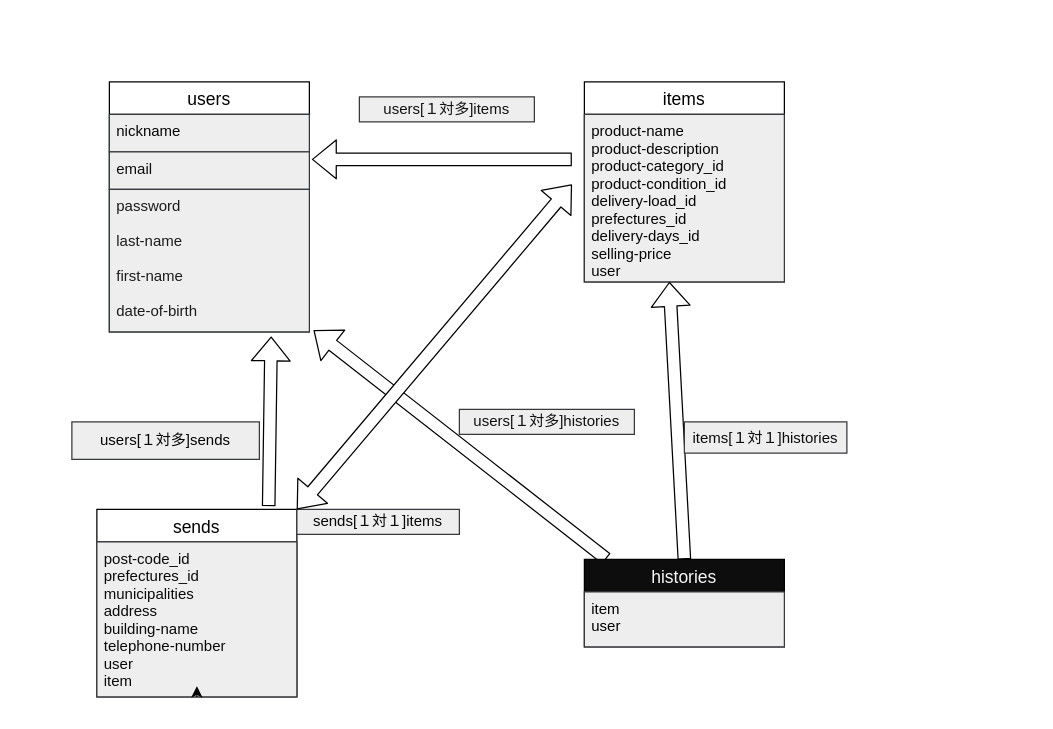
Before: teburu.dio in syun-2466/furima-34993, a draw.io diagram. Source tidied: cells renumbered, new cells numbered last; positions are measured from the earlier drawing's top-left corner, leaving out a move shared by most shapes. Both pictures are drawn from the tidied source at 125%, with x=0, y=0 at pixel (71, 81).
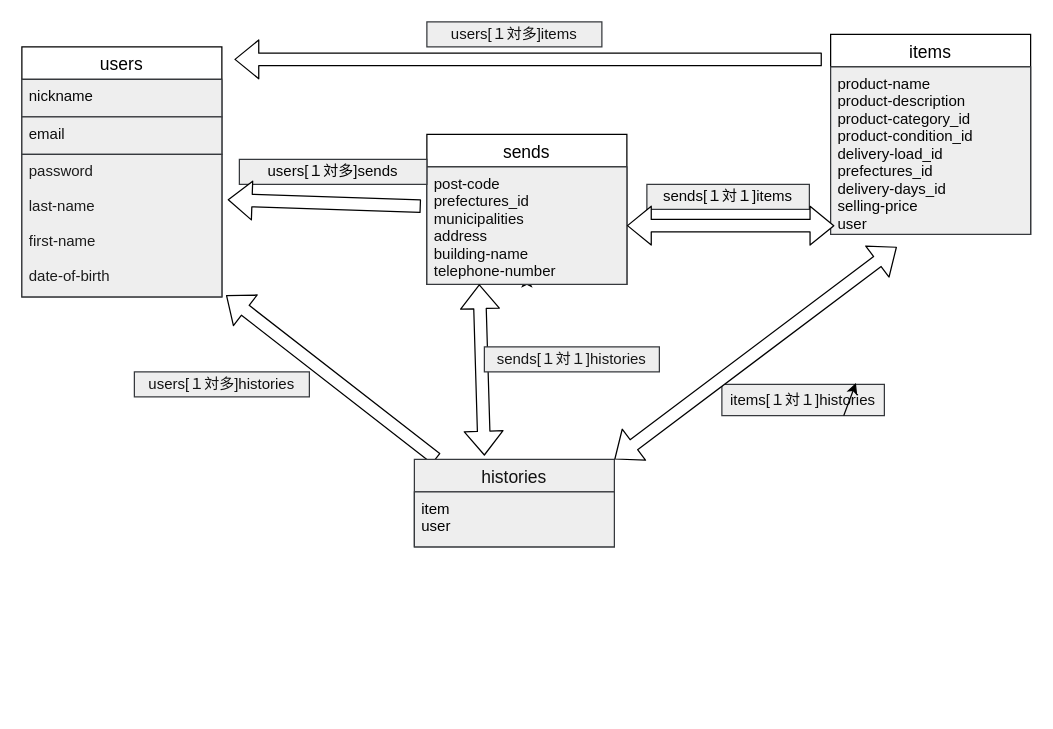
Above is the later version.

The change refers to these unchanged cells:
```xml
<mxCell id="6" value="product-name&#10;product-description&#10;product-category_id&#10;product-condition_id&#10;delivery-load_id&#10;prefectures_id&#10;delivery-days_id&#10;selling-price&#10;user" style="text;strokeColor=#36393d;spacingLeft=4;spacingRight=4;overflow=hidden;points=[[0,0.5],[1,0.5]];portConstraint=eastwest;fontSize=12;fillColor=#eeeeee;fontColor=#050505;" parent="5" vertex="1">
  <mxGeometry y="26" width="160" height="134" as="geometry" />
</mxCell>
<mxCell id="10" value="password &#10;&#10;last-name&#10;&#10;first-name&#10;&#10;date-of-birth&#10;" style="text;strokeColor=#36393d;spacingLeft=4;spacingRight=4;overflow=hidden;points=[[0,0.5],[1,0.5]];portConstraint=eastwest;fontSize=12;fillColor=#eeeeee;fontColor=#1C1C1C;" parent="7" vertex="1">
  <mxGeometry y="86" width="160" height="114" as="geometry" />
</mxCell>
```

What changed in the source:
```diff
@@
     <mxCell id="2" value="sends" style="swimlane;fontStyle=0;horizontal=1;startSize=26;align=center;fontSize=14;" parent="1" vertex="1">
-      <mxGeometry x="20" y="342" width="160" height="150" as="geometry" />
+      <mxGeometry x="284" y="42" width="160" height="120" as="geometry" />
     </mxCell>
+    <mxCell id="4" style="edgeStyle=none;html=1;exitX=0.5;exitY=1;exitDx=0;exitDy=0;entryX=0.5;entryY=0.931;entryDx=0;entryDy=0;entryPerimeter=0;fontColor=#0A0A0A;fillColor=#ffffff;" parent="2" edge="1" source="2" target="3">
+      <mxGeometry relative="1" as="geometry" />
+    </mxCell>
-    <mxCell id="3" value="post-code_id&#10;prefectures_id&#10;municipalities&#10;address&#10;building-name&#10;telephone-number&#10;user&#10;item" style="text;strokeColor=#36393d;spacingLeft=4;spacingRight=4;overflow=hidden;points=[[0,0.5],[1,0.5]];portConstraint=eastwest;fontSize=12;fillColor=#eeeeee;fontColor=#0A0A0A;" parent="2" vertex="1">
-      <mxGeometry y="26" width="160" height="124" as="geometry" />
+    <mxCell id="3" value="post-code&#10;prefectures_id&#10;municipalities&#10;address&#10;building-name&#10;telephone-number" style="text;strokeColor=#36393d;spacingLeft=4;spacingRight=4;overflow=hidden;points=[[0,0.5],[1,0.5]];portConstraint=eastwest;fontSize=12;fillColor=#eeeeee;fontColor=#0A0A0A;" parent="2" vertex="1">
+      <mxGeometry y="26" width="160" height="94" as="geometry" />
     </mxCell>
-    <mxCell id="4" style="edgeStyle=none;html=1;exitX=0.5;exitY=1;exitDx=0;exitDy=0;entryX=0.5;entryY=0.931;entryDx=0;entryDy=0;entryPerimeter=0;fontColor=#0A0A0A;fillColor=#ffffff;" parent="2" edge="1" source="2" target="3">
-      <mxGeometry relative="1" as="geometry" />
-    </mxCell>
     <mxCell id="5" value="items" style="swimlane;fontStyle=0;horizontal=1;startSize=26;align=center;fontSize=14;" parent="1" vertex="1">
-      <mxGeometry x="410" width="160" height="160" as="geometry" />
+      <mxGeometry x="607" y="-38" width="160" height="160" as="geometry" />
     </mxCell>
@@
     <mxCell id="7" value="users" style="swimlane;fontStyle=0;horizontal=1;startSize=26;align=center;fontSize=14;" parent="1" vertex="1">
-      <mxGeometry x="30" width="160" height="200" as="geometry" />
+      <mxGeometry x="-40" y="-28" width="160" height="200" as="geometry" />
     </mxCell>
@@
     <mxCell id="11" style="shape=flexArrow;endArrow=classic;html=1;fontColor=none;fillColor=#ffffff;" parent="1" edge="1">
       <mxGeometry relative="1" as="geometry">
-        <mxPoint x="400" y="62" as="sourcePoint" />
-        <mxPoint x="192" y="62" as="targetPoint" />
+        <mxPoint x="600" y="-18" as="sourcePoint" />
+        <mxPoint x="130" y="-18" as="targetPoint" />
       </mxGeometry>
     </mxCell>
     <mxCell id="12" value="users[１対多]items" style="text;html=1;strokeColor=#36393d;align=center;verticalAlign=middle;whiteSpace=wrap;rounded=0;fillColor=#eeeeee;fontColor=#121212;" parent="1" vertex="1">
-      <mxGeometry x="230" y="12" width="140" height="20" as="geometry" />
+      <mxGeometry x="284" y="-48" width="140" height="20" as="geometry" />
     </mxCell>
     <mxCell id="13" value="users[１対多]sends" style="text;html=1;strokeColor=#36393d;align=center;verticalAlign=middle;whiteSpace=wrap;rounded=0;fillColor=#eeeeee;fontColor=#050505;" parent="1" vertex="1">
-      <mxGeometry y="272" width="150" height="30" as="geometry" />
+      <mxGeometry x="134" y="62" width="150" height="20" as="geometry" />
     </mxCell>
@@
     <mxCell id="15" value="users[１対多]histories" style="text;html=1;strokeColor=#36393d;align=center;verticalAlign=middle;whiteSpace=wrap;rounded=0;fillColor=#eeeeee;fontColor=#121212;" parent="1" vertex="1">
-      <mxGeometry x="310" y="262" width="140" height="20" as="geometry" />
+      <mxGeometry x="50" y="232" width="140" height="20" as="geometry" />
     </mxCell>
-    <mxCell id="16" style="shape=flexArrow;endArrow=classic;html=1;fontColor=#f0f0f0;fillColor=#ffffff;exitX=0.5;exitY=0;exitDx=0;exitDy=0;" parent="1" edge="1" source="22">
-      <mxGeometry relative="1" as="geometry">
-        <mxPoint x="478" y="160" as="targetPoint" />
-      </mxGeometry>
-    </mxCell>
     <mxCell id="17" value="items[１対１]histories" style="text;html=1;strokeColor=#36393d;align=center;verticalAlign=middle;whiteSpace=wrap;rounded=0;fillColor=#eeeeee;fontColor=#0D0D0D;" parent="1" vertex="1">
-      <mxGeometry x="490" y="272" width="130" height="25" as="geometry" />
+      <mxGeometry x="520" y="242" width="130" height="25" as="geometry" />
     </mxCell>
-    <mxCell id="18" style="shape=flexArrow;endArrow=classic;html=1;fontColor=#f0f0f0;entryX=0.809;entryY=1.032;entryDx=0;entryDy=0;entryPerimeter=0;exitX=0.859;exitY=-0.017;exitDx=0;exitDy=0;exitPerimeter=0;fillColor=#ffffff;" parent="1" edge="1" source="2" target="10">
-      <mxGeometry relative="1" as="geometry" />
-    </mxCell>
     <mxCell id="19" value="sends[１対１]items" style="text;html=1;strokeColor=#36393d;align=center;verticalAlign=middle;whiteSpace=wrap;rounded=0;fillColor=#eeeeee;fontColor=#050505;" parent="1" vertex="1">
-      <mxGeometry x="180" y="342" width="130" height="20" as="geometry" />
+      <mxGeometry x="460" y="82" width="130" height="20" as="geometry" />
     </mxCell>
-    <mxCell id="20" style="shape=flexArrow;endArrow=classic;startArrow=classic;html=1;fontColor=#f0f0f0;exitX=1;exitY=0;exitDx=0;exitDy=0;fillColor=#ffffff;" parent="1" edge="1" source="2">
-      <mxGeometry relative="1" as="geometry">
-        <mxPoint x="400" y="82" as="targetPoint" />
-      </mxGeometry>
+    <mxCell id="20" style="shape=flexArrow;endArrow=classic;startArrow=classic;html=1;fontColor=#f0f0f0;fillColor=#ffffff;entryX=0.019;entryY=0.948;entryDx=0;entryDy=0;entryPerimeter=0;" parent="1" edge="1" source="3" target="6">
+      <mxGeometry relative="1" as="geometry" />
     </mxCell>
@@
-    <mxCell id="22" value="histories" style="swimlane;fontStyle=0;horizontal=1;startSize=26;align=center;fontSize=14;fillColor=#0D0D0D;fontColor=#F7F7F7;" parent="1" vertex="1">
-      <mxGeometry x="410" y="382" width="160" height="70" as="geometry" />
+    <mxCell id="22" value="histories" style="swimlane;fontStyle=0;horizontal=1;startSize=26;align=center;fontSize=14;fillColor=#eeeeee;strokeColor=#36393d;fontColor=#121212;" parent="1" vertex="1">
+      <mxGeometry x="274" y="302" width="160" height="70" as="geometry" />
     </mxCell>
@@
+    <mxCell id="24" style="edgeStyle=none;html=1;exitX=0.75;exitY=1;exitDx=0;exitDy=0;entryX=0.825;entryY=-0.045;entryDx=0;entryDy=0;entryPerimeter=0;fontColor=#121212;fillColor=#ffffff;" parent="1" edge="1" source="17" target="17">
+      <mxGeometry relative="1" as="geometry" />
+    </mxCell>
+    <mxCell id="25" style="shape=flexArrow;endArrow=classic;html=1;fontColor=#121212;fillColor=#ffffff;entryX=1.029;entryY=0.318;entryDx=0;entryDy=0;entryPerimeter=0;exitX=-0.03;exitY=0.335;exitDx=0;exitDy=0;exitPerimeter=0;" parent="1" edge="1" source="3" target="10">
+      <mxGeometry relative="1" as="geometry" />
+    </mxCell>
+    <mxCell id="26" style="shape=flexArrow;endArrow=classic;startArrow=classic;html=1;fontColor=#121212;fillColor=#ffffff;exitX=1;exitY=0;exitDx=0;exitDy=0;" parent="1" edge="1" source="22">
+      <mxGeometry relative="1" as="geometry">
+        <mxPoint x="660" y="132" as="targetPoint" />
+      </mxGeometry>
+    </mxCell>
+    <mxCell id="27" style="shape=flexArrow;endArrow=classic;startArrow=classic;html=1;fontColor=#121212;fillColor=#ffffff;entryX=0.262;entryY=0.999;entryDx=0;entryDy=0;entryPerimeter=0;" parent="1" edge="1" target="3">
+      <mxGeometry relative="1" as="geometry">
+        <mxPoint x="330" y="299" as="sourcePoint" />
+      </mxGeometry>
+    </mxCell>
+    <mxCell id="28" value="sends[１対１]histories" style="text;html=1;strokeColor=#36393d;fillColor=#eeeeee;align=center;verticalAlign=middle;whiteSpace=wrap;rounded=0;fontColor=#171717;" parent="1" vertex="1">
+      <mxGeometry x="330" y="212" width="140" height="20" as="geometry" />
+    </mxCell>
```
